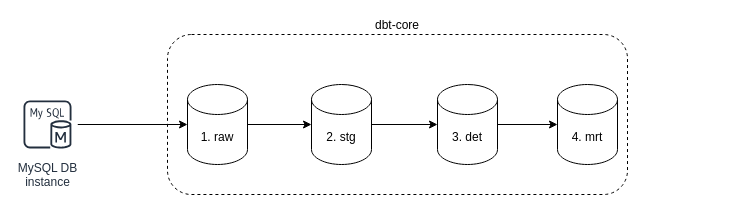
manz01/dbt-core-sample-duckdb keeps this draw.io diagram as markdown_images/hld-duckdb-dbt-sample.drawio. Above is the earlier version. Source tidied: cells renumbered, new cells numbered last; positions are measured from the earlier drawing's top-left corner, leaving out a move shared by most shapes. Both pictures are drawn from the tidied source at 100%, with x=0, y=0 at pixel (17, 34).
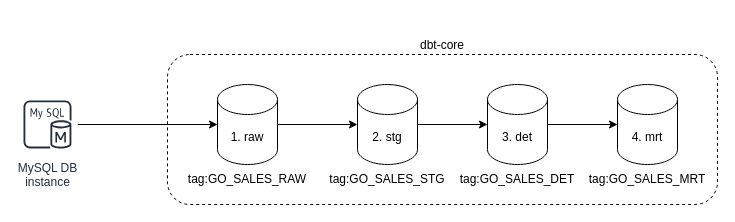
The same diagram, later.

Commit message (it also covers changes not shown here):
Update hld-duckdb-dbt-sample diagram to adjust element positions and add tags for sales stages

Change to the diagram source:
```diff
@@
 <mxGraphModel>
   <root>
     <mxCell id="0" />
     <mxCell id="1" parent="0" />
     <mxCell id="2" value="dbt-core" style="rounded=1;whiteSpace=wrap;html=1;imageVerticalAlign=top;labelPosition=center;verticalLabelPosition=top;align=center;verticalAlign=bottom;dashed=1;" parent="1" vertex="1">
-      <mxGeometry x="150" width="460" height="160" as="geometry" />
+      <mxGeometry x="150" y="20" width="550" height="150" as="geometry" />
     </mxCell>
     <mxCell id="3" style="edgeStyle=orthogonalEdgeStyle;rounded=0;jettySize=auto;html=1;" parent="1" edge="1" source="4" target="5">
       <mxGeometry relative="1" as="geometry" />
     </mxCell>
     <mxCell id="4" value="MySQL DB &#10;instance" style="sketch=0;outlineConnect=0;fontColor=#232F3E;gradientColor=none;strokeColor=#232F3E;fillColor=#ffffff;dashed=0;verticalLabelPosition=bottom;verticalAlign=top;align=center;html=1;fontSize=12;fontStyle=0;shape=mxgraph.aws4.resourceIcon;resIcon=mxgraph.aws4.mysql_db_instance;" parent="1" vertex="1">
       <mxGeometry y="60" width="60" height="60" as="geometry" />
     </mxCell>
     <mxCell id="5" value="1. raw" style="shape=cylinder3;whiteSpace=wrap;html=1;boundedLbl=1;backgroundOutline=1;size=15;" parent="1" vertex="1">
-      <mxGeometry x="170" y="50" width="60" height="80" as="geometry" />
+      <mxGeometry x="200" y="50" width="60" height="80" as="geometry" />
     </mxCell>
     <mxCell id="6" style="edgeStyle=orthogonalEdgeStyle;rounded=0;jettySize=auto;html=1;" parent="1" edge="1" source="7" target="10">
       <mxGeometry relative="1" as="geometry" />
     </mxCell>
     <mxCell id="7" value="2. stg" style="shape=cylinder3;whiteSpace=wrap;html=1;boundedLbl=1;backgroundOutline=1;size=15;" parent="1" vertex="1">
-      <mxGeometry x="294" y="50" width="60" height="80" as="geometry" />
+      <mxGeometry x="340" y="50" width="60" height="80" as="geometry" />
     </mxCell>
     <mxCell id="8" style="edgeStyle=orthogonalEdgeStyle;rounded=0;jettySize=auto;html=1;entryX=0;entryY=0.5;entryDx=0;entryDy=0;entryPerimeter=0;" parent="1" edge="1" source="5" target="7">
       <mxGeometry relative="1" as="geometry" />
     </mxCell>
     <mxCell id="9" style="edgeStyle=orthogonalEdgeStyle;rounded=0;jettySize=auto;html=1;" parent="1" edge="1" source="10" target="11">
       <mxGeometry relative="1" as="geometry" />
     </mxCell>
     <mxCell id="10" value="3. det" style="shape=cylinder3;whiteSpace=wrap;html=1;boundedLbl=1;backgroundOutline=1;size=15;" parent="1" vertex="1">
-      <mxGeometry x="420" y="50" width="60" height="80" as="geometry" />
+      <mxGeometry x="470" y="50" width="60" height="80" as="geometry" />
     </mxCell>
     <mxCell id="11" value="4. mrt" style="shape=cylinder3;whiteSpace=wrap;html=1;boundedLbl=1;backgroundOutline=1;size=15;" parent="1" vertex="1">
-      <mxGeometry x="540" y="50" width="60" height="80" as="geometry" />
+      <mxGeometry x="600" y="50" width="60" height="80" as="geometry" />
     </mxCell>
+    <mxCell id="12" value="tag:GO_SALES_RAW" style="text;html=1;align=center;verticalAlign=middle;whiteSpace=wrap;rounded=0;" parent="1" vertex="1">
+      <mxGeometry x="200" y="130" width="60" height="30" as="geometry" />
+    </mxCell>
+    <mxCell id="13" value="tag:GO_SALES_STG" style="text;html=1;align=center;verticalAlign=middle;whiteSpace=wrap;rounded=0;" parent="1" vertex="1">
+      <mxGeometry x="340" y="130" width="60" height="30" as="geometry" />
+    </mxCell>
+    <mxCell id="14" value="tag:GO_SALES_DET" style="text;html=1;align=center;verticalAlign=middle;whiteSpace=wrap;rounded=0;" parent="1" vertex="1">
+      <mxGeometry x="470" y="130" width="60" height="30" as="geometry" />
+    </mxCell>
+    <mxCell id="15" value="tag:GO_SALES_MRT" style="text;html=1;align=center;verticalAlign=middle;whiteSpace=wrap;rounded=0;" parent="1" vertex="1">
+      <mxGeometry x="600" y="130" width="60" height="30" as="geometry" />
+    </mxCell>
   </root>
 </mxGraphModel>
```
